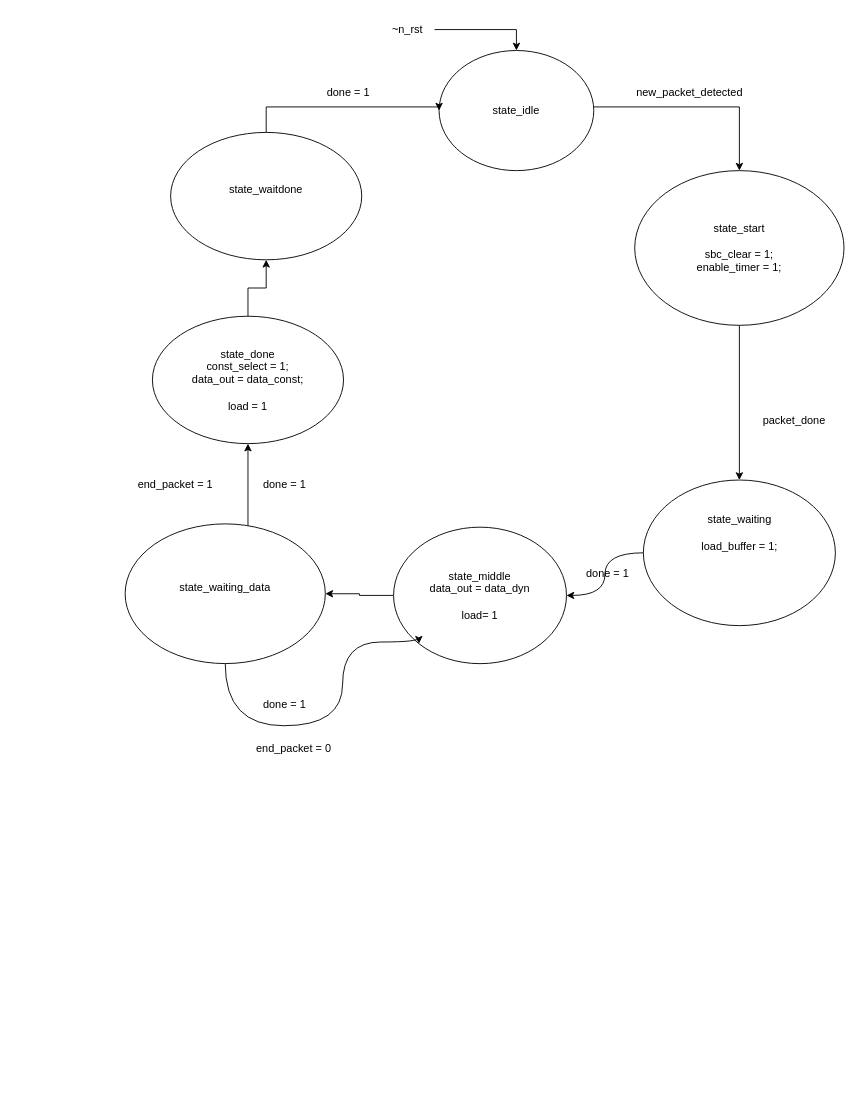
Charvles/ECE337 keeps this draw.io diagram as Lab6.drawio. Above is the earlier version. Source tidied: cells renumbered, new cells numbered last; positions are measured from the earlier drawing's top-left corner, leaving out a move shared by most shapes. Both pictures are drawn from the tidied source at 91%, with x=0, y=0 at pixel (125, 15).
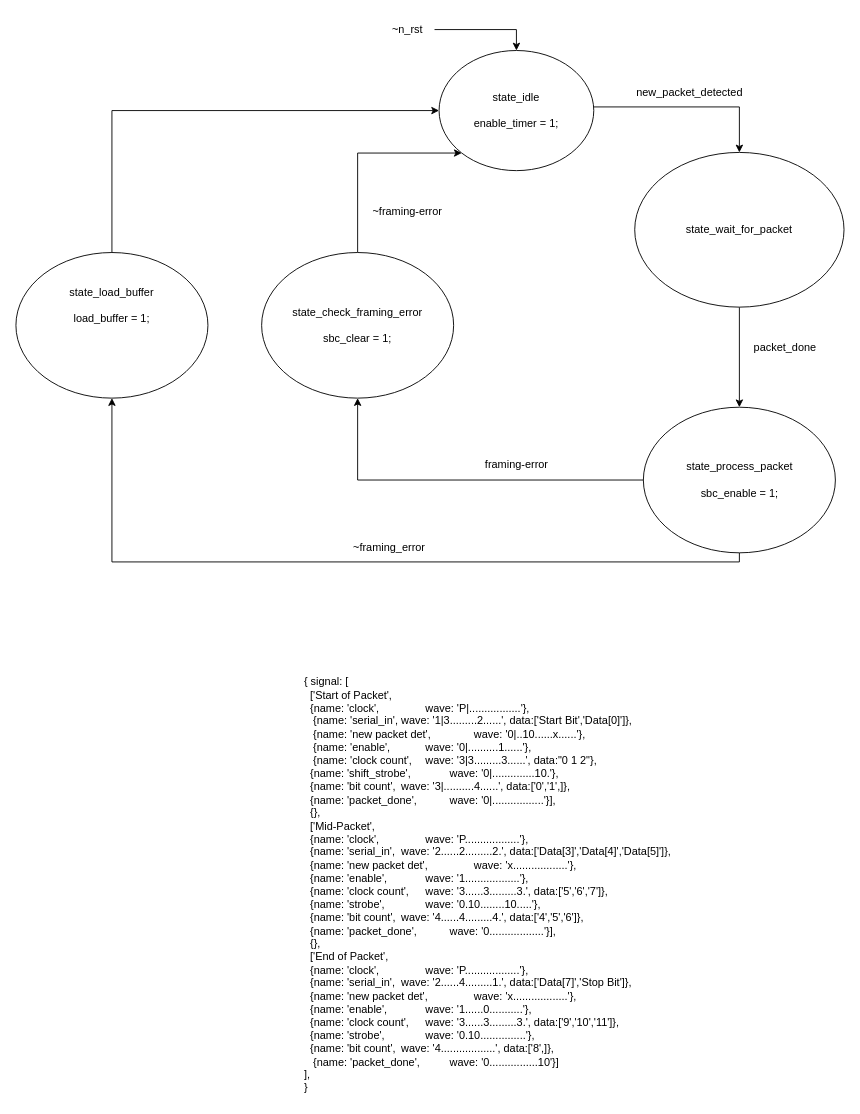
After the change.

Diff of the diagram source:
```diff
@@
-    <mxCell id="3" value="state_idle" style="ellipse;whiteSpace=wrap;html=1;" parent="1" vertex="1">
+    <mxCell id="3" value="state_idle&lt;div&gt;&lt;br&gt;&lt;/div&gt;&lt;div&gt;enable_timer = 1;&lt;/div&gt;" style="ellipse;whiteSpace=wrap;html=1;" parent="1" vertex="1">
       <mxGeometry x="345" y="38" width="170" height="132" as="geometry" />
     </mxCell>
@@
-    <mxCell id="5" value="&lt;div&gt;state_start&lt;/div&gt;&lt;div&gt;&lt;br&gt;&lt;/div&gt;&lt;div&gt;sbc_clear = 1;&lt;/div&gt;&lt;div&gt;enable_timer = 1;&lt;/div&gt;" style="ellipse;whiteSpace=wrap;html=1;verticalAlign=middle;" parent="1" vertex="1">
-      <mxGeometry x="560" y="170" width="230" height="170" as="geometry" />
+    <mxCell id="5" value="&lt;div&gt;state_wait_for_packet&lt;/div&gt;" style="ellipse;whiteSpace=wrap;html=1;verticalAlign=middle;" parent="1" vertex="1">
+      <mxGeometry x="560" y="150" width="230" height="170" as="geometry" />
     </mxCell>
@@
-    <mxCell id="9" style="edgeStyle=orthogonalEdgeStyle;rounded=0;jettySize=auto;html=1;entryX=1;entryY=0.5;entryDx=0;entryDy=0;" parent="1" edge="1" source="10" target="21">
-      <mxGeometry relative="1" as="geometry" />
-    </mxCell>
-    <mxCell id="10" value="&lt;div&gt;state_middle&lt;/div&gt;&lt;div&gt;data_out = data_dyn&lt;/div&gt;&lt;div&gt;&lt;br&gt;&lt;/div&gt;&lt;div&gt;load= 1&lt;/div&gt;" style="ellipse;whiteSpace=wrap;html=1;verticalAlign=middle;" parent="1" vertex="1">
-      <mxGeometry x="295" y="561.8" width="190" height="150" as="geometry" />
-    </mxCell>
-    <mxCell id="11" value="end_packet = 1" style="text;html=1;align=center;verticalAlign=middle;strokeColor=none;fillColor=none;" parent="1" vertex="1">
-      <mxGeometry y="500" width="110" height="30" as="geometry" />
-    </mxCell>
-    <mxCell id="12" style="edgeStyle=orthogonalEdgeStyle;rounded=0;jettySize=auto;html=1;entryX=0.5;entryY=1;entryDx=0;entryDy=0;" parent="1" edge="1" source="13" target="17">
-      <mxGeometry relative="1" as="geometry" />
-    </mxCell>
-    <mxCell id="13" value="&lt;div&gt;state_done&lt;/div&gt;&lt;div&gt;const_select = 1;&lt;/div&gt;&lt;div&gt;data_out = data_const;&lt;/div&gt;&lt;div&gt;&lt;br&gt;&lt;/div&gt;&lt;div&gt;load = 1&lt;/div&gt;" style="ellipse;whiteSpace=wrap;html=1;" parent="1" vertex="1">
-      <mxGeometry x="30" y="330" width="210" height="140" as="geometry" />
-    </mxCell>
-    <mxCell id="14" style="edgeStyle=orthogonalEdgeStyle;rounded=0;jettySize=auto;html=1;exitX=0;exitY=0.5;exitDx=0;exitDy=0;entryX=1;entryY=0.5;entryDx=0;entryDy=0;curved=1;" parent="1" edge="1" source="15" target="10">
-      <mxGeometry relative="1" as="geometry" />
-    </mxCell>
+    <mxCell id="27" style="edgeStyle=orthogonalEdgeStyle;rounded=0;jettySize=auto;html=1;entryX=0.5;entryY=1;entryDx=0;entryDy=0;" parent="1" edge="1" source="15" target="30">
+      <mxGeometry relative="1" as="geometry">
+        <Array as="points">
+          <mxPoint x="675" y="600" />
+          <mxPoint x="-14" y="600" />
+        </Array>
+      </mxGeometry>
+    </mxCell>
+    <mxCell id="28" style="edgeStyle=orthogonalEdgeStyle;rounded=0;jettySize=auto;html=1;entryX=0.5;entryY=1;entryDx=0;entryDy=0;" parent="1" edge="1" source="15" target="32">
+      <mxGeometry relative="1" as="geometry" />
+    </mxCell>
-    <mxCell id="15" value="&lt;div&gt;state_waiting&lt;/div&gt;&lt;div&gt;&lt;br&gt;&lt;/div&gt;&lt;div&gt;load_buffer = 1;&lt;/div&gt;&lt;div&gt;&lt;br&gt;&lt;/div&gt;&lt;div&gt;&lt;br&gt;&lt;/div&gt;&lt;div&gt;&lt;br&gt;&lt;/div&gt;" style="ellipse;whiteSpace=wrap;html=1;verticalAlign=middle;" parent="1" vertex="1">
-      <mxGeometry x="569.5" y="510" width="211" height="160" as="geometry" />
+    <mxCell id="15" value="&lt;div&gt;state_process_packet&lt;/div&gt;&lt;div&gt;&lt;br&gt;&lt;/div&gt;&lt;div&gt;sbc_enable = 1;&lt;/div&gt;" style="ellipse;whiteSpace=wrap;html=1;verticalAlign=middle;" parent="1" vertex="1">
+      <mxGeometry x="569.5" y="430" width="211" height="160" as="geometry" />
     </mxCell>
-    <mxCell id="16" style="edgeStyle=orthogonalEdgeStyle;rounded=0;jettySize=auto;html=1;entryX=0;entryY=0.5;entryDx=0;entryDy=0;exitX=0.5;exitY=0;exitDx=0;exitDy=0;" parent="1" edge="1" source="17" target="3">
-      <mxGeometry relative="1" as="geometry">
-        <Array as="points">
-          <mxPoint x="155" y="100" />
-        </Array>
-      </mxGeometry>
-    </mxCell>
-    <mxCell id="17" value="&lt;div&gt;state_waitdone&lt;/div&gt;&lt;div&gt;&lt;br&gt;&lt;/div&gt;" style="ellipse;whiteSpace=wrap;html=1;" parent="1" vertex="1">
-      <mxGeometry x="50" y="128" width="210" height="140" as="geometry" />
-    </mxCell>
-    <mxCell id="18" value="done = 1" style="text;html=1;align=center;verticalAlign=middle;strokeColor=none;fillColor=none;" parent="1" vertex="1">
-      <mxGeometry x="210" y="70" width="70" height="30" as="geometry" />
-    </mxCell>
-    <mxCell id="19" style="edgeStyle=orthogonalEdgeStyle;rounded=0;jettySize=auto;html=1;entryX=0.5;entryY=1;entryDx=0;entryDy=0;" parent="1" edge="1" source="21" target="13">
-      <mxGeometry relative="1" as="geometry">
-        <Array as="points">
-          <mxPoint x="135" y="520" />
-          <mxPoint x="135" y="520" />
-        </Array>
-      </mxGeometry>
-    </mxCell>
-    <mxCell id="20" style="edgeStyle=orthogonalEdgeStyle;rounded=0;jettySize=auto;html=1;entryX=0;entryY=1;entryDx=0;entryDy=0;curved=1;" parent="1" edge="1" source="21" target="10">
-      <mxGeometry relative="1" as="geometry">
-        <Array as="points">
-          <mxPoint x="110" y="780" />
-          <mxPoint x="239" y="780" />
-          <mxPoint x="239" y="688" />
-        </Array>
-      </mxGeometry>
-    </mxCell>
-    <mxCell id="21" value="&lt;div&gt;state_waiting_data&lt;/div&gt;&lt;div&gt;&lt;br&gt;&lt;/div&gt;" style="ellipse;whiteSpace=wrap;html=1;" parent="1" vertex="1">
-      <mxGeometry y="558.2" width="220" height="153.5" as="geometry" />
-    </mxCell>
-    <mxCell id="22" value="end_packet = 0" style="text;html=1;align=center;verticalAlign=middle;strokeColor=none;fillColor=none;" parent="1" vertex="1">
-      <mxGeometry x="130" y="790" width="110" height="30" as="geometry" />
-    </mxCell>
-    <mxCell id="23" value="done = 1" style="text;html=1;align=center;verticalAlign=middle;strokeColor=none;fillColor=none;" parent="1" vertex="1">
-      <mxGeometry x="495" y="598" width="70" height="30" as="geometry" />
-    </mxCell>
-    <mxCell id="24" value="done = 1" style="text;html=1;align=center;verticalAlign=middle;strokeColor=none;fillColor=none;" parent="1" vertex="1">
-      <mxGeometry x="140" y="500" width="70" height="30" as="geometry" />
-    </mxCell>
-    <mxCell id="25" value="done = 1" style="text;html=1;align=center;verticalAlign=middle;strokeColor=none;fillColor=none;" parent="1" vertex="1">
-      <mxGeometry x="140" y="742" width="70" height="30" as="geometry" />
-    </mxCell>
     <mxCell id="26" value="packet_done" style="text;html=1;align=center;verticalAlign=middle;strokeColor=none;fillColor=none;" parent="1" vertex="1">
-      <mxGeometry x="690" y="430" width="90" height="30" as="geometry" />
+      <mxGeometry x="680" y="350" width="90" height="30" as="geometry" />
     </mxCell>
+    <mxCell id="29" style="edgeStyle=orthogonalEdgeStyle;rounded=0;jettySize=auto;html=1;entryX=0;entryY=0.5;entryDx=0;entryDy=0;" parent="1" edge="1" source="30" target="3">
+      <mxGeometry relative="1" as="geometry">
+        <Array as="points">
+          <mxPoint x="-14" y="104" />
+        </Array>
+      </mxGeometry>
+    </mxCell>
+    <mxCell id="30" value="&lt;div&gt;state_load_buffer&lt;/div&gt;&lt;div&gt;&lt;br&gt;&lt;/div&gt;&lt;div&gt;load_buffer = 1;&lt;/div&gt;&lt;div&gt;&lt;br&gt;&lt;/div&gt;&lt;div&gt;&lt;br&gt;&lt;/div&gt;&lt;div&gt;&lt;br&gt;&lt;/div&gt;" style="ellipse;whiteSpace=wrap;html=1;verticalAlign=middle;" parent="1" vertex="1">
+      <mxGeometry x="-120" y="260" width="211" height="160" as="geometry" />
+    </mxCell>
+    <mxCell id="31" style="edgeStyle=orthogonalEdgeStyle;rounded=0;jettySize=auto;html=1;entryX=0;entryY=1;entryDx=0;entryDy=0;" parent="1" edge="1" source="32" target="3">
+      <mxGeometry relative="1" as="geometry">
+        <Array as="points">
+          <mxPoint x="256" y="150" />
+          <mxPoint x="370" y="150" />
+        </Array>
+      </mxGeometry>
+    </mxCell>
+    <mxCell id="32" value="&lt;div&gt;state_check_framing_error&lt;/div&gt;&lt;div&gt;&lt;br&gt;&lt;/div&gt;&lt;div&gt;sbc_clear = 1;&lt;/div&gt;" style="ellipse;whiteSpace=wrap;html=1;verticalAlign=middle;" parent="1" vertex="1">
+      <mxGeometry x="150" y="260" width="211" height="160" as="geometry" />
+    </mxCell>
+    <mxCell id="33" value="framing-error" style="text;html=1;align=center;verticalAlign=middle;strokeColor=none;fillColor=none;" parent="1" vertex="1">
+      <mxGeometry x="385" y="478" width="90" height="30" as="geometry" />
+    </mxCell>
+    <mxCell id="34" value="~framing_error" style="text;html=1;align=center;verticalAlign=middle;strokeColor=none;fillColor=none;" parent="1" vertex="1">
+      <mxGeometry x="240" y="570" width="100" height="30" as="geometry" />
+    </mxCell>
+    <mxCell id="35" value="~framing-error" style="text;html=1;align=center;verticalAlign=middle;strokeColor=none;fillColor=none;" parent="1" vertex="1">
+      <mxGeometry x="260" y="200" width="100" height="30" as="geometry" />
+    </mxCell>
+    <mxCell id="36" value="&lt;div&gt;&lt;span style=&quot;font-size: 12px;&quot;&gt;{ signal: [&lt;/span&gt;&lt;/div&gt;&lt;div&gt;&lt;span style=&quot;font-size: 12px;&quot;&gt;&amp;nbsp; ['Start of Packet',&lt;/span&gt;&lt;/div&gt;&lt;div&gt;&lt;span style=&quot;font-size: 12px;&quot;&gt;&amp;nbsp; {name: 'clock',&lt;span style=&quot;white-space-collapse: preserve;&quot;&gt;&#9;&#9;&lt;/span&gt;wave: 'P|.................'},&lt;/span&gt;&lt;/div&gt;&lt;div&gt;&lt;span style=&quot;font-size: 12px;&quot;&gt;&amp;nbsp; &amp;nbsp;{name: 'serial_in',&lt;span style=&quot;white-space-collapse: preserve;&quot;&gt;&#9;&lt;/span&gt;wave: '1|3.........2......', data:['Start Bit','Data[0]']},&lt;/span&gt;&lt;/div&gt;&lt;div&gt;&lt;span style=&quot;font-size: 12px;&quot;&gt;&amp;nbsp; &amp;nbsp;{name: 'new packet det',&lt;span style=&quot;white-space-collapse: preserve;&quot;&gt;&#9;&#9;&lt;/span&gt;wave: '0|..10......x......'},&lt;/span&gt;&lt;/div&gt;&lt;div&gt;&lt;span style=&quot;font-size: 12px;&quot;&gt;&amp;nbsp; &amp;nbsp;{name: 'enable',&lt;span style=&quot;white-space-collapse: preserve;&quot;&gt;&#9;&#9;&lt;/span&gt;wave: '0|..........1......'},&lt;/span&gt;&lt;/div&gt;&lt;div&gt;&lt;span style=&quot;font-size: 12px;&quot;&gt;&amp;nbsp; &amp;nbsp;{name: 'clock count',&lt;span style=&quot;white-space-collapse: preserve;&quot;&gt;&#9;&lt;/span&gt;wave: '3|3.........3......', data:&quot;0 1 2&quot;},&lt;/span&gt;&lt;/div&gt;&lt;div&gt;&lt;span style=&quot;font-size: 12px;&quot;&gt;&amp;nbsp; {name: 'shift_strobe',&lt;span style=&quot;white-space-collapse: preserve;&quot;&gt;&#9;&#9;&lt;/span&gt;wave: '0|..............10.'},&lt;/span&gt;&lt;/div&gt;&lt;div&gt;&lt;span style=&quot;font-size: 12px;&quot;&gt;&amp;nbsp; {name: 'bit count',&lt;span style=&quot;white-space-collapse: preserve;&quot;&gt;&#9;&lt;/span&gt;wave: '3|..........4......', data:['0','1',]},&lt;/span&gt;&lt;/div&gt;&lt;div&gt;&lt;span style=&quot;font-size: 12px;&quot;&gt;&amp;nbsp; {name: 'packet_done',&lt;span style=&quot;white-space-collapse: preserve;&quot;&gt;&#9;&#9;&lt;/span&gt;wave: '0|.................'}],&lt;/span&gt;&lt;/div&gt;&lt;div&gt;&lt;span style=&quot;font-size: 12px;&quot;&gt;&amp;nbsp; {},&lt;/span&gt;&lt;/div&gt;&lt;div&gt;&lt;span style=&quot;font-size: 12px;&quot;&gt;&amp;nbsp; ['Mid-Packet',&lt;/span&gt;&lt;/div&gt;&lt;div&gt;&lt;span style=&quot;font-size: 12px;&quot;&gt;&amp;nbsp; {name: 'clock',&lt;span style=&quot;white-space-collapse: preserve;&quot;&gt;&#9;&#9;&lt;/span&gt;wave: 'P..................'},&lt;/span&gt;&lt;/div&gt;&lt;div&gt;&lt;span style=&quot;font-size: 12px;&quot;&gt;&amp;nbsp; {name: 'serial_in',&lt;span style=&quot;white-space-collapse: preserve;&quot;&gt;&#9;&lt;/span&gt;wave: '2......2.........2.', data:['Data[3]','Data[4]','Data[5]']},&lt;/span&gt;&lt;/div&gt;&lt;div&gt;&lt;span style=&quot;font-size: 12px;&quot;&gt;&amp;nbsp; {name: 'new packet det',&lt;span style=&quot;white-space-collapse: preserve;&quot;&gt;&#9;&#9;&lt;/span&gt;wave: 'x..................'},&lt;/span&gt;&lt;/div&gt;&lt;div&gt;&lt;span style=&quot;font-size: 12px;&quot;&gt;&amp;nbsp; {name: 'enable',&lt;span style=&quot;white-space-collapse: preserve;&quot;&gt;&#9;&#9;&lt;/span&gt;wave: '1..................'},&lt;/span&gt;&lt;/div&gt;&lt;div&gt;&lt;span style=&quot;font-size: 12px;&quot;&gt;&amp;nbsp; {name: 'clock count',&lt;span style=&quot;white-space-collapse: preserve;&quot;&gt;&#9;&lt;/span&gt;wave: '3......3.........3.', data:['5','6','7']},&lt;/span&gt;&lt;/div&gt;&lt;div&gt;&lt;span style=&quot;font-size: 12px;&quot;&gt;&amp;nbsp; {name: 'strobe',&lt;span style=&quot;white-space-collapse: preserve;&quot;&gt;&#9;&#9;&lt;/span&gt;wave: '0.10........10.....'},&lt;/span&gt;&lt;/div&gt;&lt;div&gt;&lt;span style=&quot;font-size: 12px;&quot;&gt;&amp;nbsp; {name: 'bit count',&lt;span style=&quot;white-space-collapse: preserve;&quot;&gt;&#9;&lt;/span&gt;wave: '4......4.........4.', data:['4','5','6']},&lt;/span&gt;&lt;/div&gt;&lt;div&gt;&lt;span style=&quot;font-size: 12px;&quot;&gt;&amp;nbsp; {name: 'packet_done',&lt;span style=&quot;white-space-collapse: preserve;&quot;&gt;&#9;&#9;&lt;/span&gt;wave: '0..................'}],&lt;/span&gt;&lt;/div&gt;&lt;div&gt;&lt;span style=&quot;font-size: 12px;&quot;&gt;&amp;nbsp; {},&lt;/span&gt;&lt;/div&gt;&lt;div&gt;&lt;span style=&quot;font-size: 12px;&quot;&gt;&amp;nbsp; ['End of Packet',&lt;/span&gt;&lt;/div&gt;&lt;div&gt;&lt;span style=&quot;font-size: 12px;&quot;&gt;&amp;nbsp; {name: 'clock',&lt;span style=&quot;white-space-collapse: preserve;&quot;&gt;&#9;&#9;&lt;/span&gt;wave: 'P..................'},&lt;/span&gt;&lt;/div&gt;&lt;div&gt;&lt;span style=&quot;font-size: 12px;&quot;&gt;&amp;nbsp; {name: 'serial_in',&lt;span style=&quot;white-space-collapse: preserve;&quot;&gt;&#9;&lt;/span&gt;wave: '2......4.........1.', data:['Data[7]','Stop Bit']},&lt;/span&gt;&lt;/div&gt;&lt;div&gt;&lt;span style=&quot;font-size: 12px;&quot;&gt;&amp;nbsp; {name: 'new packet det',&lt;span style=&quot;white-space-collapse: preserve;&quot;&gt;&#9;&#9;&lt;/span&gt;wave: 'x..................'},&lt;/span&gt;&lt;/div&gt;&lt;div&gt;&lt;span style=&quot;font-size: 12px;&quot;&gt;&amp;nbsp; {name: 'enable',&lt;span style=&quot;white-space-collapse: preserve;&quot;&gt;&#9;&#9;&lt;/span&gt;wave: '1......0...........'},&lt;/span&gt;&lt;/div&gt;&lt;div&gt;&lt;span style=&quot;font-size: 12px;&quot;&gt;&amp;nbsp; {name: 'clock count',&lt;span style=&quot;white-space-collapse: preserve;&quot;&gt;&#9;&lt;/span&gt;wave: '3......3.........3.', data:['9','10','11']},&lt;/span&gt;&lt;/div&gt;&lt;div&gt;&lt;span style=&quot;font-size: 12px;&quot;&gt;&amp;nbsp; {name: 'strobe',&lt;span style=&quot;white-space-collapse: preserve;&quot;&gt;&#9;&#9;&lt;/span&gt;wave: '0.10...............'},&lt;/span&gt;&lt;/div&gt;&lt;div&gt;&lt;span style=&quot;font-size: 12px;&quot;&gt;&amp;nbsp; {name: 'bit count',&lt;span style=&quot;white-space-collapse: preserve;&quot;&gt;&#9;&lt;/span&gt;wave: '4..................', data:['8',]},&lt;/span&gt;&lt;/div&gt;&lt;div&gt;&lt;span style=&quot;font-size: 12px;&quot;&gt;&amp;nbsp; &amp;nbsp;{name: 'packet_done',&lt;span style=&quot;white-space-collapse: preserve;&quot;&gt;&#9;&#9;&lt;/span&gt;wave: '0................10'}]&lt;/span&gt;&lt;/div&gt;&lt;div&gt;&lt;span style=&quot;font-size: 12px;&quot;&gt;],&lt;/span&gt;&lt;/div&gt;&lt;div&gt;&lt;span style=&quot;font-size: 12px;&quot;&gt;}&lt;/span&gt;&lt;/div&gt;" style="text;html=1;align=left;verticalAlign=middle;strokeColor=none;fillColor=none;" parent="1" vertex="1">
+      <mxGeometry x="195" y="720" width="430" height="470" as="geometry" />
+    </mxCell>
```
